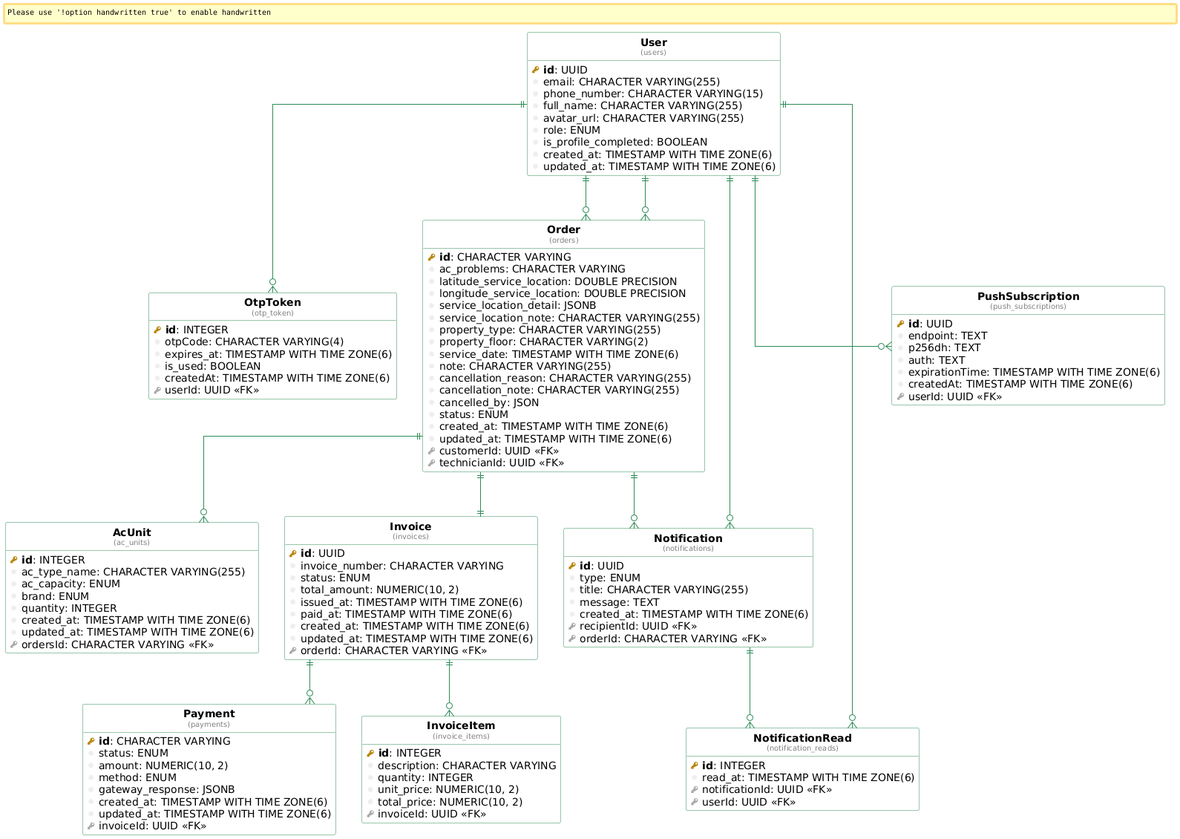
Above: api/diagram.png in FarhanDH/cdingin (PlantUML), before the change.
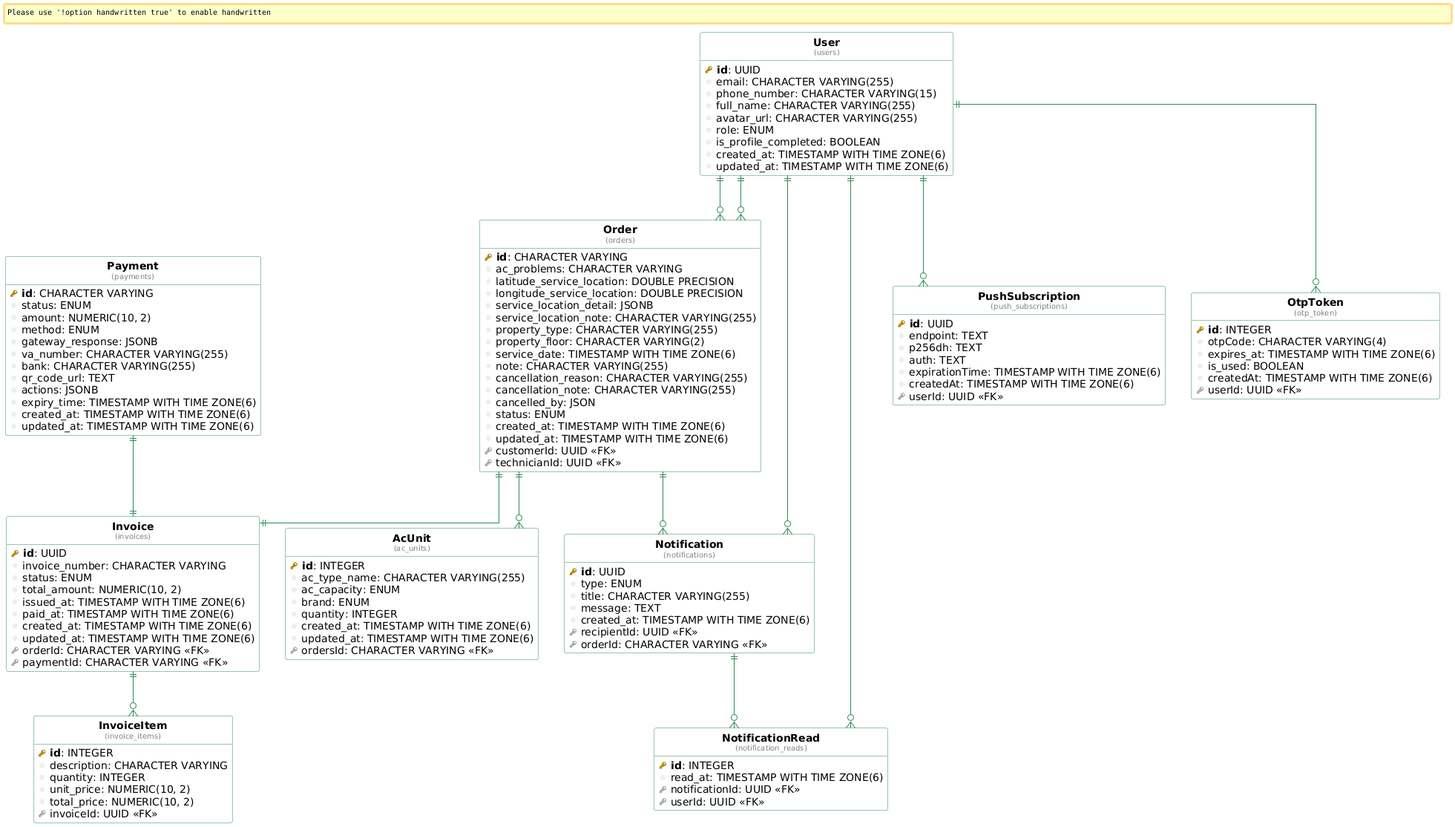
Later version of the same file.

The edit, as a diff of the source:
```diff
@@ -49,9 +49,13 @@
   column( amount ): NUMERIC(10, 2)
   column( method ): ENUM
   column( gateway_response ): JSONB
+  column( va_number ): CHARACTER VARYING(255)
+  column( bank ): CHARACTER VARYING(255)
+  column( qr_code_url ): TEXT
+  column( actions ): JSONB
+  column( expiry_time ): TIMESTAMP WITH TIME ZONE(6)
   column( created_at ): TIMESTAMP WITH TIME ZONE(6)
   column( updated_at ): TIMESTAMP WITH TIME ZONE(6)
-  fkey( invoiceId ): UUID <<FK>>
 }
 
 table( InvoiceItem, invoice_items ) as invoice_items {
@@ -73,6 +77,7 @@
   column( created_at ): TIMESTAMP WITH TIME ZONE(6)
   column( updated_at ): TIMESTAMP WITH TIME ZONE(6)
   fkey( orderId ): CHARACTER VARYING <<FK>>
+  fkey( paymentId ): CHARACTER VARYING <<FK>>
 }
 
 table( Order, orders ) as orders {
@@ -137,9 +142,9 @@
 
 "users" ||--o{ "otp_token"
 "orders" ||--o{ "ac_units"
-"invoices" ||--o{ "payments"
 "invoices" ||--o{ "invoice_items"
 "orders" ||--|| "invoices"
+"payments" ||--|| "invoices"
 "users" ||--o{ "orders"
 "users" ||--o{ "orders"
 "users" ||--o{ "notifications"
```
